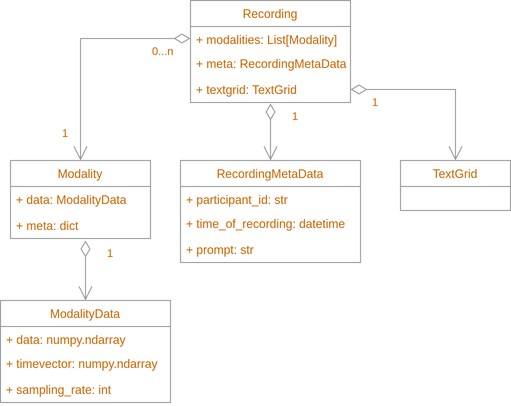
This is docs/core_data_structures.drawio.png from giuthas/satkit, a draw.io export, as it was before one commit. Source tidied: cells renumbered, new cells last; positions are measured from the earlier drawing's top-left corner, leaving out a move shared by most shapes.
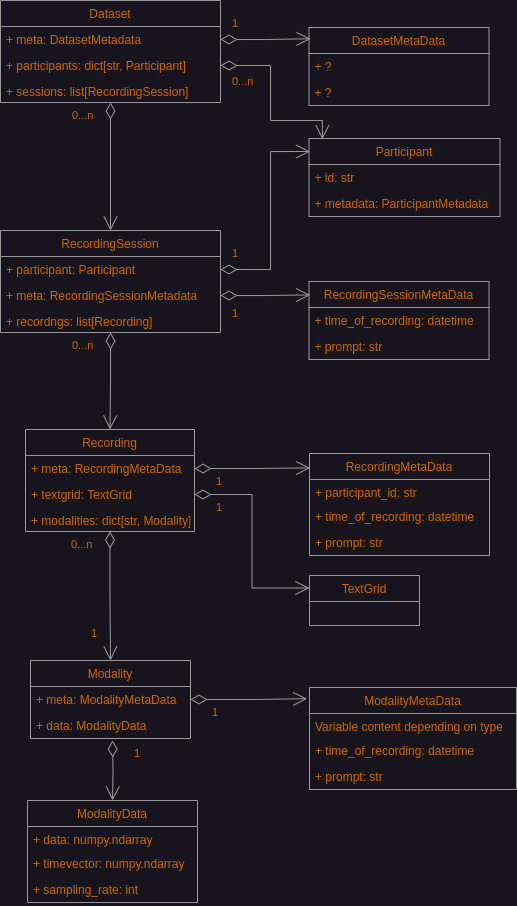
After the change.

Commit message:
Core data structures diagram upated.

What changed in the source:
```diff
@@ -3,28 +3,28 @@
     <mxCell id="0" />
     <mxCell id="1" parent="0" />
     <mxCell id="2" value="Recording" style="swimlane;fontStyle=0;horizontal=1;startSize=26;fillColor=none;labelBorderColor=none;fontColor=#CC6600;strokeColor=#999999;" parent="1" vertex="1">
-      <mxGeometry x="190" width="160" height="102" as="geometry" />
+      <mxGeometry x="195" y="429" width="169" height="102" as="geometry" />
     </mxCell>
-    <mxCell id="3" value="+ modalities: List[Modality]" style="text;strokeColor=none;fillColor=none;align=left;verticalAlign=top;spacingLeft=4;spacingRight=4;overflow=hidden;points=[[0,0.5],[1,0.5]];portConstraint=eastwest;labelBorderColor=none;fontColor=#CC6600;" parent="2" vertex="1">
-      <mxGeometry y="26" width="160" height="24" as="geometry" />
-    </mxCell>
     <mxCell id="4" value="+ meta: RecordingMetaData" style="text;strokeColor=none;fillColor=none;align=left;verticalAlign=top;spacingLeft=4;spacingRight=4;overflow=hidden;points=[[0,0.5],[1,0.5]];portConstraint=eastwest;labelBorderColor=none;fontColor=#CC6600;" parent="2" vertex="1">
-      <mxGeometry y="50" width="160" height="26" as="geometry" />
+      <mxGeometry y="26" width="169" height="26" as="geometry" />
     </mxCell>
     <mxCell id="5" value="+ textgrid: TextGrid" style="text;strokeColor=none;fillColor=none;align=left;verticalAlign=top;spacingLeft=4;spacingRight=4;overflow=hidden;points=[[0,0.5],[1,0.5]];portConstraint=eastwest;labelBorderColor=none;fontColor=#CC6600;snapToPoint=1;" parent="2" vertex="1">
-      <mxGeometry y="76" width="160" height="26" as="geometry" />
+      <mxGeometry y="52" width="169" height="26" as="geometry" />
     </mxCell>
+    <mxCell id="3" value="+ modalities: dict[str, Modality]" style="text;strokeColor=none;fillColor=none;align=left;verticalAlign=top;spacingLeft=4;spacingRight=4;overflow=hidden;points=[[0,0.5],[1,0.5]];portConstraint=eastwest;labelBorderColor=none;fontColor=#CC6600;" parent="2" vertex="1">
+      <mxGeometry y="78" width="169" height="24" as="geometry" />
+    </mxCell>
     <mxCell id="6" value="Modality" style="swimlane;fontStyle=0;horizontal=1;startSize=26;fillColor=none;labelBorderColor=none;strokeColor=#999999;fontColor=#CC6600;" parent="1" vertex="1">
-      <mxGeometry x="10" y="160" width="140" height="78" as="geometry" />
+      <mxGeometry x="200" y="660" width="160" height="78" as="geometry" />
     </mxCell>
+    <mxCell id="8" value="+ meta: ModalityMetaData" style="text;strokeColor=none;fillColor=none;align=left;verticalAlign=top;spacingLeft=4;spacingRight=4;overflow=hidden;points=[[0,0.5],[1,0.5]];portConstraint=eastwest;labelBorderColor=none;fontColor=#CC6600;" parent="6" vertex="1">
+      <mxGeometry y="26" width="160" height="26" as="geometry" />
+    </mxCell>
     <mxCell id="7" value="+ data: ModalityData" style="text;strokeColor=none;fillColor=none;align=left;verticalAlign=top;spacingLeft=4;spacingRight=4;overflow=hidden;labelBorderColor=none;fontColor=#CC6600;" parent="6" vertex="1">
-      <mxGeometry y="26" width="140" height="26" as="geometry" />
+      <mxGeometry y="52" width="160" height="26" as="geometry" />
     </mxCell>
-    <mxCell id="8" value="+ meta: dict" style="text;strokeColor=none;fillColor=none;align=left;verticalAlign=top;spacingLeft=4;spacingRight=4;overflow=hidden;points=[[0,0.5],[1,0.5]];portConstraint=eastwest;labelBorderColor=none;fontColor=#CC6600;" parent="6" vertex="1">
-      <mxGeometry y="52" width="140" height="26" as="geometry" />
-    </mxCell>
     <mxCell id="9" value="ModalityData" style="swimlane;fontStyle=0;horizontal=1;startSize=26;fillColor=none;labelBorderColor=none;strokeColor=#999999;fontColor=#CC6600;" parent="1" vertex="1">
-      <mxGeometry y="300" width="170" height="102" as="geometry" />
+      <mxGeometry x="197" y="800" width="170" height="102" as="geometry" />
     </mxCell>
     <mxCell id="10" value="+ data: numpy.ndarray" style="text;strokeColor=none;fillColor=none;align=left;verticalAlign=top;spacingLeft=4;spacingRight=4;overflow=hidden;labelBorderColor=none;fontColor=#CC6600;" parent="9" vertex="1">
       <mxGeometry y="26" width="170" height="24" as="geometry" />
@@ -36,7 +36,7 @@
       <mxGeometry y="76" width="170" height="26" as="geometry" />
     </mxCell>
     <mxCell id="13" value="RecordingMetaData" style="swimlane;fontStyle=0;horizontal=1;startSize=26;fillColor=none;labelBorderColor=none;strokeColor=#999999;fontColor=#CC6600;" parent="1" vertex="1">
-      <mxGeometry x="180" y="160" width="180" height="102" as="geometry" />
+      <mxGeometry x="479" y="453" width="180" height="102" as="geometry" />
     </mxCell>
     <mxCell id="14" value="+ participant_id: str" style="text;strokeColor=none;fillColor=none;align=left;verticalAlign=top;spacingLeft=4;spacingRight=4;overflow=hidden;labelBorderColor=none;fontColor=#CC6600;" parent="13" vertex="1">
       <mxGeometry y="26" width="180" height="24" as="geometry" />
@@ -48,9 +48,9 @@
       <mxGeometry y="76" width="180" height="26" as="geometry" />
     </mxCell>
     <mxCell id="17" value="TextGrid" style="swimlane;fontStyle=0;horizontal=1;startSize=26;fillColor=none;labelBorderColor=none;strokeColor=#999999;fontColor=#CC6600;" parent="1" vertex="1">
-      <mxGeometry x="400" y="160" width="110" height="50" as="geometry" />
+      <mxGeometry x="479" y="575" width="110" height="50" as="geometry" />
     </mxCell>
-    <mxCell id="18" style="endArrow=open;html=1;endSize=12;startArrow=diamondThin;startSize=14;startFill=0;edgeStyle=orthogonalEdgeStyle;rounded=0;fontColor=#CC6600;exitX=1;exitY=0.5;exitDx=0;exitDy=0;entryX=0.5;entryY=0;entryDx=0;entryDy=0;strokeColor=#999999;" parent="1" edge="1" source="5" target="17">
+    <mxCell id="18" style="endArrow=open;html=1;endSize=12;startArrow=diamondThin;startSize=14;startFill=0;edgeStyle=orthogonalEdgeStyle;rounded=0;fontColor=#CC6600;exitX=1;exitY=0.5;exitDx=0;exitDy=0;entryX=0;entryY=0.25;entryDx=0;entryDy=0;strokeColor=#999999;" parent="1" edge="1" source="5" target="17">
       <mxGeometry relative="1" as="geometry" />
     </mxCell>
     <mxCell id="19" value="1" style="edgeLabel;html=1;align=left;verticalAlign=top;labelBorderColor=none;strokeColor=#999999;fontColor=#CC6600;fillColor=none;labelBackgroundColor=none;" parent="18" vertex="1">
@@ -58,7 +58,7 @@
         <mxPoint x="20" as="offset" />
       </mxGeometry>
     </mxCell>
-    <mxCell id="20" style="endArrow=open;html=1;endSize=12;startArrow=diamondThin;startSize=14;startFill=0;edgeStyle=orthogonalEdgeStyle;rounded=0;fontColor=#CC6600;exitX=0;exitY=0.5;exitDx=0;exitDy=0;entryX=0.5;entryY=0;entryDx=0;entryDy=0;strokeColor=#999999;" parent="1" edge="1" source="3" target="6">
+    <mxCell id="20" style="endArrow=open;html=1;endSize=12;startArrow=diamondThin;startSize=14;startFill=0;edgeStyle=orthogonalEdgeStyle;rounded=0;fontColor=#CC6600;entryX=0.5;entryY=0;entryDx=0;entryDy=0;strokeColor=#999999;" parent="1" edge="1" source="2" target="6">
       <mxGeometry relative="1" as="geometry" />
     </mxCell>
     <mxCell id="21" value="0...n" style="edgeLabel;html=1;align=left;verticalAlign=top;labelBorderColor=none;strokeColor=#999999;fontColor=#CC6600;fillColor=none;labelBackgroundColor=none;" parent="20" vertex="1">
@@ -67,11 +67,11 @@
       </mxGeometry>
     </mxCell>
     <mxCell id="22" value="1" style="edgeLabel;html=1;align=left;verticalAlign=top;labelBorderColor=none;strokeColor=#999999;fontColor=#CC6600;fillColor=none;labelBackgroundColor=none;" parent="1" vertex="1">
-      <mxGeometry x="60" y="120" as="geometry" />
+      <mxGeometry x="259" y="620" as="geometry" />
     </mxCell>
     <mxCell id="23" style="endArrow=open;html=1;endSize=12;startArrow=diamondThin;startSize=14;startFill=0;edgeStyle=orthogonalEdgeStyle;rounded=0;fontColor=#CC6600;entryX=0.5;entryY=0;entryDx=0;entryDy=0;strokeColor=#999999;" parent="1" edge="1" target="9">
       <mxGeometry relative="1" as="geometry">
-        <mxPoint x="85" y="240" as="sourcePoint" />
+        <mxPoint x="282" y="740" as="sourcePoint" />
       </mxGeometry>
     </mxCell>
     <mxCell id="24" value="1" style="edgeLabel;html=1;align=left;verticalAlign=top;labelBorderColor=none;strokeColor=#999999;fontColor=#CC6600;fillColor=none;labelBackgroundColor=none;" parent="23" vertex="1">
@@ -79,7 +79,7 @@
         <mxPoint x="20" as="offset" />
       </mxGeometry>
     </mxCell>
-    <mxCell id="25" style="endArrow=open;html=1;endSize=12;startArrow=diamondThin;startSize=14;startFill=0;edgeStyle=orthogonalEdgeStyle;rounded=0;fontColor=#CC6600;entryX=0.5;entryY=0;entryDx=0;entryDy=0;strokeColor=#999999;exitX=0.5;exitY=1.038;exitDx=0;exitDy=0;exitPerimeter=0;" parent="1" edge="1" source="5" target="13">
+    <mxCell id="25" style="endArrow=open;html=1;endSize=12;startArrow=diamondThin;startSize=14;startFill=0;edgeStyle=orthogonalEdgeStyle;rounded=0;fontColor=#CC6600;entryX=0.004;entryY=0.141;entryDx=0;entryDy=0;strokeColor=#999999;exitX=1;exitY=0.5;exitDx=0;exitDy=0;entryPerimeter=0;" parent="1" edge="1" source="4" target="13">
       <mxGeometry relative="1" as="geometry" />
     </mxCell>
     <mxCell id="26" value="1" style="edgeLabel;html=1;align=left;verticalAlign=top;labelBorderColor=none;strokeColor=#999999;fontColor=#CC6600;fillColor=none;labelBackgroundColor=none;" parent="25" vertex="1">
@@ -87,5 +87,127 @@
         <mxPoint x="20" as="offset" />
       </mxGeometry>
     </mxCell>
+    <mxCell id="27" value="RecordingSession" style="swimlane;fontStyle=0;horizontal=1;startSize=26;fillColor=none;labelBorderColor=none;fontColor=#CC6600;strokeColor=#999999;" parent="1" vertex="1">
+      <mxGeometry x="170" y="230" width="220" height="102" as="geometry" />
+    </mxCell>
+    <mxCell id="28" value="+ participant: Participant" style="text;strokeColor=none;fillColor=none;align=left;verticalAlign=top;spacingLeft=4;spacingRight=4;overflow=hidden;points=[[0,0.5],[1,0.5]];portConstraint=eastwest;labelBorderColor=none;fontColor=#CC6600;" parent="27" vertex="1">
+      <mxGeometry y="26" width="220" height="26" as="geometry" />
+    </mxCell>
+    <mxCell id="29" value="+ meta: RecordingSessionMetadata" style="text;strokeColor=none;fillColor=none;align=left;verticalAlign=top;spacingLeft=4;spacingRight=4;overflow=hidden;points=[[0,0.5],[1,0.5]];portConstraint=eastwest;labelBorderColor=none;fontColor=#CC6600;" parent="27" vertex="1">
+      <mxGeometry y="52" width="220" height="26" as="geometry" />
+    </mxCell>
+    <mxCell id="30" value="+ recordngs: list[Recording]" style="text;strokeColor=none;fillColor=none;align=left;verticalAlign=top;spacingLeft=4;spacingRight=4;overflow=hidden;labelBorderColor=none;fontColor=#CC6600;" parent="27" vertex="1">
+      <mxGeometry y="78" width="220" height="24" as="geometry" />
+    </mxCell>
+    <mxCell id="31" style="endArrow=open;html=1;endSize=12;startArrow=diamondThin;startSize=14;startFill=0;edgeStyle=orthogonalEdgeStyle;rounded=0;fontColor=#CC6600;entryX=0.5;entryY=0;entryDx=0;entryDy=0;strokeColor=#999999;" parent="1" edge="1" source="27" target="2">
+      <mxGeometry relative="1" as="geometry" />
+    </mxCell>
+    <mxCell id="32" value="0...n" style="edgeLabel;html=1;align=left;verticalAlign=top;labelBorderColor=none;strokeColor=#999999;fontColor=#CC6600;fillColor=none;labelBackgroundColor=none;" parent="31" vertex="1">
+      <mxGeometry x="-1" relative="1" as="geometry">
+        <mxPoint x="-40" as="offset" />
+      </mxGeometry>
+    </mxCell>
+    <mxCell id="33" value="Dataset" style="swimlane;fontStyle=0;horizontal=1;startSize=26;fillColor=none;labelBorderColor=none;fontColor=#CC6600;strokeColor=#999999;" parent="1" vertex="1">
+      <mxGeometry x="170" width="220" height="102" as="geometry" />
+    </mxCell>
+    <mxCell id="34" value="+ meta: DatasetMetadata" style="text;strokeColor=none;fillColor=none;align=left;verticalAlign=top;spacingLeft=4;spacingRight=4;overflow=hidden;points=[[0,0.5],[1,0.5]];portConstraint=eastwest;labelBorderColor=none;fontColor=#CC6600;" parent="33" vertex="1">
+      <mxGeometry y="26" width="220" height="26" as="geometry" />
+    </mxCell>
+    <mxCell id="35" value="+ participants: dict[str, Participant]" style="text;strokeColor=none;fillColor=none;align=left;verticalAlign=top;spacingLeft=4;spacingRight=4;overflow=hidden;points=[[0,0.5],[1,0.5]];portConstraint=eastwest;labelBorderColor=none;fontColor=#CC6600;" parent="33" vertex="1">
+      <mxGeometry y="52" width="220" height="26" as="geometry" />
+    </mxCell>
+    <mxCell id="36" value="+ sessions: list[RecordingSession]" style="text;strokeColor=none;fillColor=none;align=left;verticalAlign=top;spacingLeft=4;spacingRight=4;overflow=hidden;labelBorderColor=none;fontColor=#CC6600;" parent="33" vertex="1">
+      <mxGeometry y="78" width="220" height="24" as="geometry" />
+    </mxCell>
+    <mxCell id="37" value="RecordingSessionMetaData" style="swimlane;fontStyle=0;horizontal=1;startSize=26;fillColor=none;labelBorderColor=none;strokeColor=#999999;fontColor=#CC6600;" parent="1" vertex="1">
+      <mxGeometry x="478.5" y="281" width="180" height="78" as="geometry" />
+    </mxCell>
+    <mxCell id="38" value="+ time_of_recording: datetime" style="text;strokeColor=none;fillColor=none;align=left;verticalAlign=top;spacingLeft=4;spacingRight=4;overflow=hidden;labelBorderColor=none;fontColor=#CC6600;" parent="37" vertex="1">
+      <mxGeometry y="26" width="180" height="26" as="geometry" />
+    </mxCell>
+    <mxCell id="39" value="+ prompt: str" style="text;strokeColor=none;fillColor=none;align=left;verticalAlign=top;spacingLeft=4;spacingRight=4;overflow=hidden;labelBorderColor=none;fontColor=#CC6600;" parent="37" vertex="1">
+      <mxGeometry y="52" width="180" height="26" as="geometry" />
+    </mxCell>
+    <mxCell id="40" value="DatasetMetaData" style="swimlane;fontStyle=0;horizontal=1;startSize=26;fillColor=none;labelBorderColor=none;strokeColor=#999999;fontColor=#CC6600;" parent="1" vertex="1">
+      <mxGeometry x="478.5" y="27" width="180" height="78" as="geometry" />
+    </mxCell>
+    <mxCell id="41" value="+ ?" style="text;strokeColor=none;fillColor=none;align=left;verticalAlign=top;spacingLeft=4;spacingRight=4;overflow=hidden;labelBorderColor=none;fontColor=#CC6600;" parent="40" vertex="1">
+      <mxGeometry y="26" width="180" height="26" as="geometry" />
+    </mxCell>
+    <mxCell id="42" value="+ ?" style="text;strokeColor=none;fillColor=none;align=left;verticalAlign=top;spacingLeft=4;spacingRight=4;overflow=hidden;labelBorderColor=none;fontColor=#CC6600;" parent="40" vertex="1">
+      <mxGeometry y="52" width="180" height="26" as="geometry" />
+    </mxCell>
+    <mxCell id="43" value="Participant" style="swimlane;fontStyle=0;horizontal=1;startSize=26;fillColor=none;labelBorderColor=none;strokeColor=#999999;fontColor=#CC6600;" parent="1" vertex="1">
+      <mxGeometry x="478.5" y="138" width="191" height="78" as="geometry" />
+    </mxCell>
+    <mxCell id="44" value="+ id: str" style="text;strokeColor=none;fillColor=none;align=left;verticalAlign=top;spacingLeft=4;spacingRight=4;overflow=hidden;labelBorderColor=none;fontColor=#CC6600;" parent="43" vertex="1">
+      <mxGeometry y="26" width="191" height="26" as="geometry" />
+    </mxCell>
+    <mxCell id="45" value="+ metadata: ParticipantMetadata" style="text;strokeColor=none;fillColor=none;align=left;verticalAlign=top;spacingLeft=4;spacingRight=4;overflow=hidden;labelBorderColor=none;fontColor=#CC6600;" parent="43" vertex="1">
+      <mxGeometry y="52" width="191" height="26" as="geometry" />
+    </mxCell>
+    <mxCell id="46" style="endArrow=open;html=1;endSize=12;startArrow=diamondThin;startSize=14;startFill=0;edgeStyle=orthogonalEdgeStyle;rounded=0;fontColor=#CC6600;entryX=0.5;entryY=0;entryDx=0;entryDy=0;strokeColor=#999999;" parent="1" edge="1" source="33" target="27">
+      <mxGeometry relative="1" as="geometry" />
+    </mxCell>
+    <mxCell id="47" value="0...n" style="edgeLabel;html=1;align=left;verticalAlign=top;labelBorderColor=none;strokeColor=#999999;fontColor=#CC6600;fillColor=none;labelBackgroundColor=none;" parent="46" vertex="1">
+      <mxGeometry x="-1" relative="1" as="geometry">
+        <mxPoint x="-40" as="offset" />
+      </mxGeometry>
+    </mxCell>
+    <mxCell id="48" style="endArrow=open;html=1;endSize=12;startArrow=diamondThin;startSize=14;startFill=0;edgeStyle=orthogonalEdgeStyle;rounded=0;fontColor=#CC6600;entryX=0.009;entryY=0.144;entryDx=0;entryDy=0;strokeColor=#999999;exitX=1;exitY=0.5;exitDx=0;exitDy=0;entryPerimeter=0;" parent="1" edge="1" source="34" target="40">
+      <mxGeometry relative="1" as="geometry" />
+    </mxCell>
+    <mxCell id="49" style="endArrow=open;html=1;endSize=12;startArrow=diamondThin;startSize=14;startFill=0;edgeStyle=orthogonalEdgeStyle;rounded=0;fontColor=#CC6600;strokeColor=#999999;exitX=1;exitY=0.5;exitDx=0;exitDy=0;entryX=0.07;entryY=0.01;entryDx=0;entryDy=0;entryPerimeter=0;" parent="1" edge="1" source="35" target="43">
+      <mxGeometry relative="1" as="geometry">
+        <Array as="points">
+          <mxPoint x="440" y="65" />
+          <mxPoint x="440" y="120" />
+          <mxPoint x="492" y="120" />
+        </Array>
+      </mxGeometry>
+    </mxCell>
+    <mxCell id="50" style="endArrow=open;html=1;endSize=12;startArrow=diamondThin;startSize=14;startFill=0;edgeStyle=orthogonalEdgeStyle;rounded=0;fontColor=#CC6600;strokeColor=#999999;exitX=1;exitY=0.5;exitDx=0;exitDy=0;entryX=0.006;entryY=0.167;entryDx=0;entryDy=0;entryPerimeter=0;" parent="1" edge="1" source="28" target="43">
+      <mxGeometry relative="1" as="geometry">
+        <Array as="points">
+          <mxPoint x="440" y="269" />
+          <mxPoint x="440" y="151" />
+        </Array>
+      </mxGeometry>
+    </mxCell>
+    <mxCell id="51" style="endArrow=open;html=1;endSize=12;startArrow=diamondThin;startSize=14;startFill=0;edgeStyle=orthogonalEdgeStyle;rounded=0;fontColor=#CC6600;strokeColor=#999999;entryX=0.007;entryY=0.172;entryDx=0;entryDy=0;entryPerimeter=0;" parent="1" edge="1" source="29" target="37">
+      <mxGeometry relative="1" as="geometry" />
+    </mxCell>
+    <mxCell id="52" value="0...n" style="edgeLabel;html=1;align=left;verticalAlign=top;labelBorderColor=none;strokeColor=#999999;fontColor=#CC6600;fillColor=none;labelBackgroundColor=none;" parent="1" vertex="1">
+      <mxGeometry x="400" y="68" as="geometry" />
+    </mxCell>
+    <mxCell id="53" value="1" style="edgeLabel;html=1;align=left;verticalAlign=top;labelBorderColor=none;strokeColor=#999999;fontColor=#CC6600;fillColor=none;labelBackgroundColor=none;" parent="1" vertex="1">
+      <mxGeometry x="400" y="10" as="geometry" />
+    </mxCell>
+    <mxCell id="54" value="1" style="edgeLabel;html=1;align=left;verticalAlign=top;labelBorderColor=none;strokeColor=#999999;fontColor=#CC6600;fillColor=none;labelBackgroundColor=none;" parent="1" vertex="1">
+      <mxGeometry x="400" y="240" as="geometry" />
+    </mxCell>
+    <mxCell id="55" value="1" style="edgeLabel;html=1;align=left;verticalAlign=top;labelBorderColor=none;strokeColor=#999999;fontColor=#CC6600;fillColor=none;labelBackgroundColor=none;" parent="1" vertex="1">
+      <mxGeometry x="400" y="300" as="geometry" />
+    </mxCell>
+    <mxCell id="56" value="ModalityMetaData" style="swimlane;fontStyle=0;horizontal=1;startSize=26;fillColor=none;labelBorderColor=none;strokeColor=#999999;fontColor=#CC6600;" parent="1" vertex="1">
+      <mxGeometry x="479" y="687" width="207" height="102" as="geometry" />
+    </mxCell>
+    <mxCell id="57" value="Variable content depending on type" style="text;strokeColor=none;fillColor=none;align=left;verticalAlign=top;spacingLeft=4;spacingRight=4;overflow=hidden;labelBorderColor=none;fontColor=#CC6600;" parent="56" vertex="1">
+      <mxGeometry y="26" width="207" height="24" as="geometry" />
+    </mxCell>
+    <mxCell id="58" value="+ time_of_recording: datetime" style="text;strokeColor=none;fillColor=none;align=left;verticalAlign=top;spacingLeft=4;spacingRight=4;overflow=hidden;labelBorderColor=none;fontColor=#CC6600;" parent="56" vertex="1">
+      <mxGeometry y="50" width="207" height="26" as="geometry" />
+    </mxCell>
+    <mxCell id="59" value="+ prompt: str" style="text;strokeColor=none;fillColor=none;align=left;verticalAlign=top;spacingLeft=4;spacingRight=4;overflow=hidden;labelBorderColor=none;fontColor=#CC6600;" parent="56" vertex="1">
+      <mxGeometry y="76" width="207" height="26" as="geometry" />
+    </mxCell>
+    <mxCell id="60" style="endArrow=open;html=1;endSize=12;startArrow=diamondThin;startSize=14;startFill=0;edgeStyle=orthogonalEdgeStyle;rounded=0;fontColor=#CC6600;entryX=-0.011;entryY=0.11;entryDx=0;entryDy=0;strokeColor=#999999;exitX=1;exitY=0.5;exitDx=0;exitDy=0;entryPerimeter=0;" parent="1" edge="1" source="8" target="56">
+      <mxGeometry relative="1" as="geometry" />
+    </mxCell>
+    <mxCell id="61" value="1" style="edgeLabel;html=1;align=left;verticalAlign=top;labelBorderColor=none;strokeColor=#999999;fontColor=#CC6600;fillColor=none;labelBackgroundColor=none;" parent="60" vertex="1">
+      <mxGeometry x="-1" relative="1" as="geometry">
+        <mxPoint x="20" as="offset" />
+      </mxGeometry>
+    </mxCell>
   </root>
 </mxGraphModel>
```
